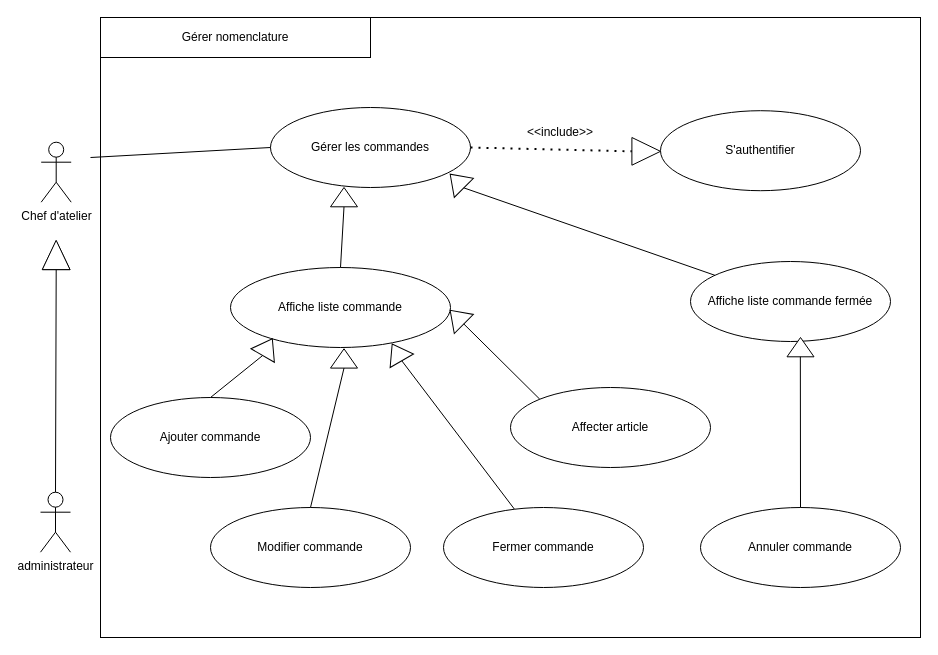
Above: cuGérerCommandes.drawio in AbdelazizBs/GPAO-SpringApp (draw.io), before the change. Source tidied: cells renumbered, new cells numbered last; positions are measured from the earlier drawing's top-left corner, leaving out a move shared by most shapes. Both pictures are drawn from the tidied source at 100%, with x=0, y=0 at pixel (40, 17).
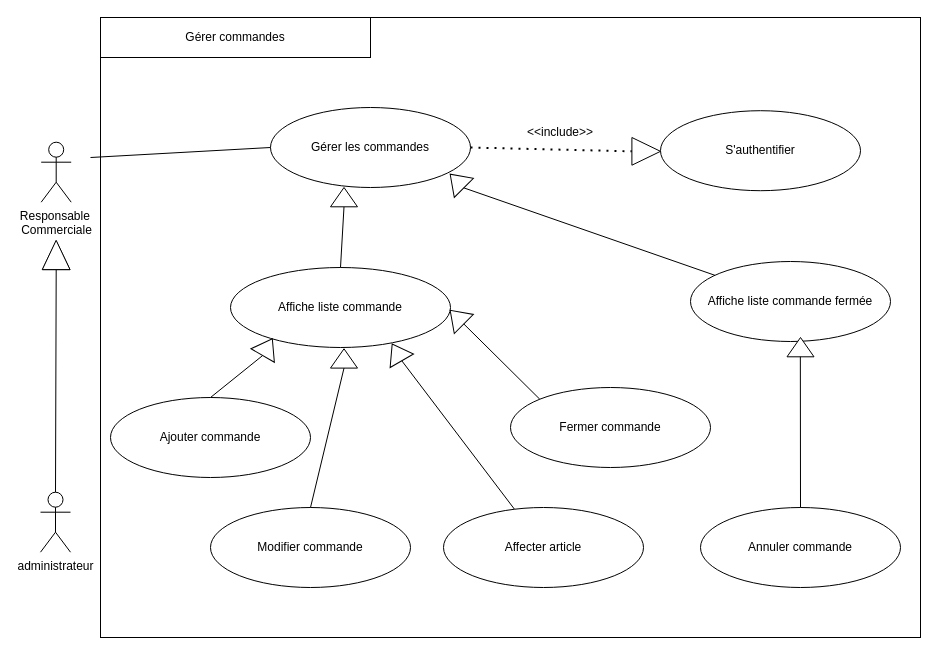
The same page after the edit.

Commit message (it also covers changes not shown here):
Mettre à jour cuGérerCommandes.drawio

Diff of the diagram source:
```diff
@@
-    <mxCell id="3" value="Chef d'atelier" style="shape=umlActor;verticalLabelPosition=bottom;verticalAlign=top;html=1;" parent="1" vertex="1">
+    <mxCell id="3" value="Responsable&amp;nbsp;&lt;br&gt;Commerciale" style="shape=umlActor;verticalLabelPosition=bottom;verticalAlign=top;html=1;" parent="1" vertex="1">
       <mxGeometry x="0.7" y="124.7" width="30" height="60" as="geometry" />
     </mxCell>
@@
-    <mxCell id="18" value="Gérer nomenclature" style="rounded=0;whiteSpace=wrap;html=1;" parent="1" vertex="1">
+    <mxCell id="18" value="Gérer commandes" style="rounded=0;whiteSpace=wrap;html=1;" parent="1" vertex="1">
       <mxGeometry x="60" width="270" height="40" as="geometry" />
     </mxCell>
@@
-    <mxCell id="24" value="Affecter article" style="ellipse;whiteSpace=wrap;html=1;" parent="1" vertex="1">
+    <mxCell id="24" value="Fermer commande" style="ellipse;whiteSpace=wrap;html=1;" parent="1" vertex="1">
       <mxGeometry x="470" y="370" width="200" height="80" as="geometry" />
     </mxCell>
@@
-    <mxCell id="33" value="Fermer commande" style="ellipse;whiteSpace=wrap;html=1;" parent="1" vertex="1">
+    <mxCell id="33" value="Affecter article" style="ellipse;whiteSpace=wrap;html=1;" parent="1" vertex="1">
       <mxGeometry x="403" y="490" width="200" height="80" as="geometry" />
     </mxCell>
```
